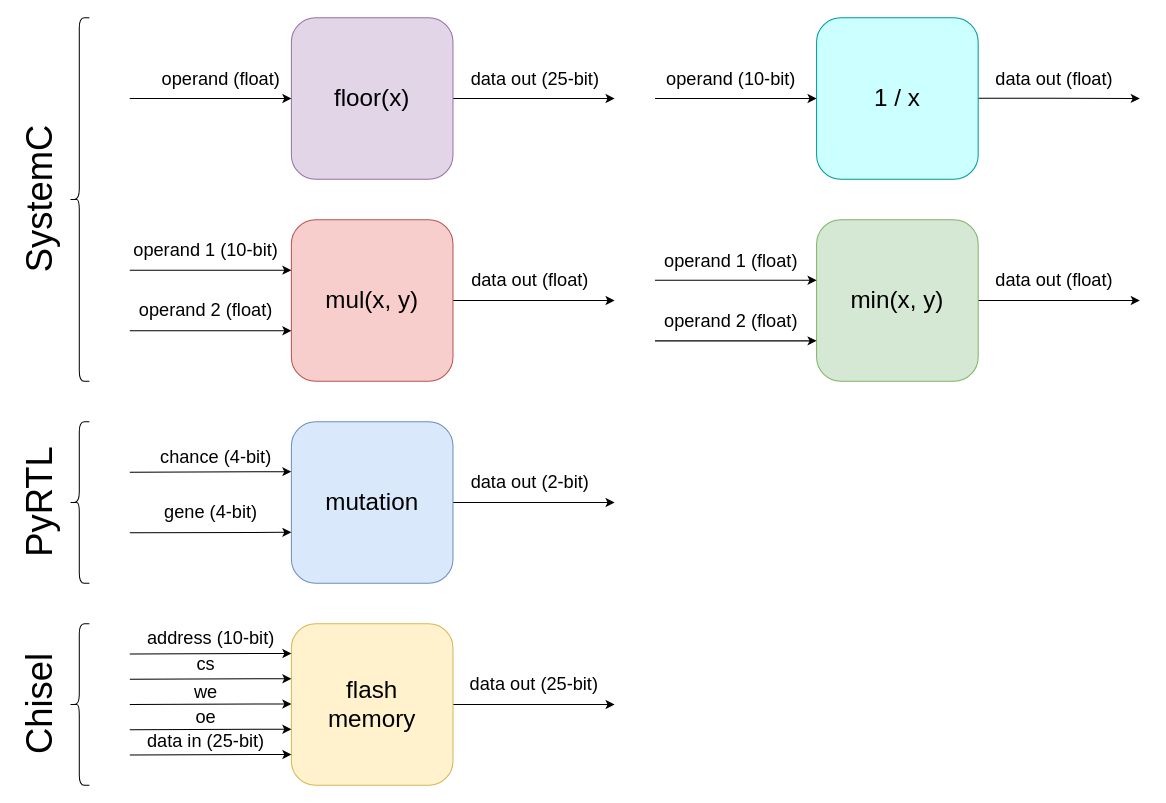
ribbas/epidemic-sim keeps this draw.io diagram as docs/diagrams/modules.drawio. Above is the earlier version. Source tidied: cells renumbered, new cells numbered last; positions are measured from the earlier drawing's top-left corner, leaving out a move shared by most shapes. Both pictures are drawn from the tidied source at 101%, with x=0, y=0 at pixel (-42, 17).
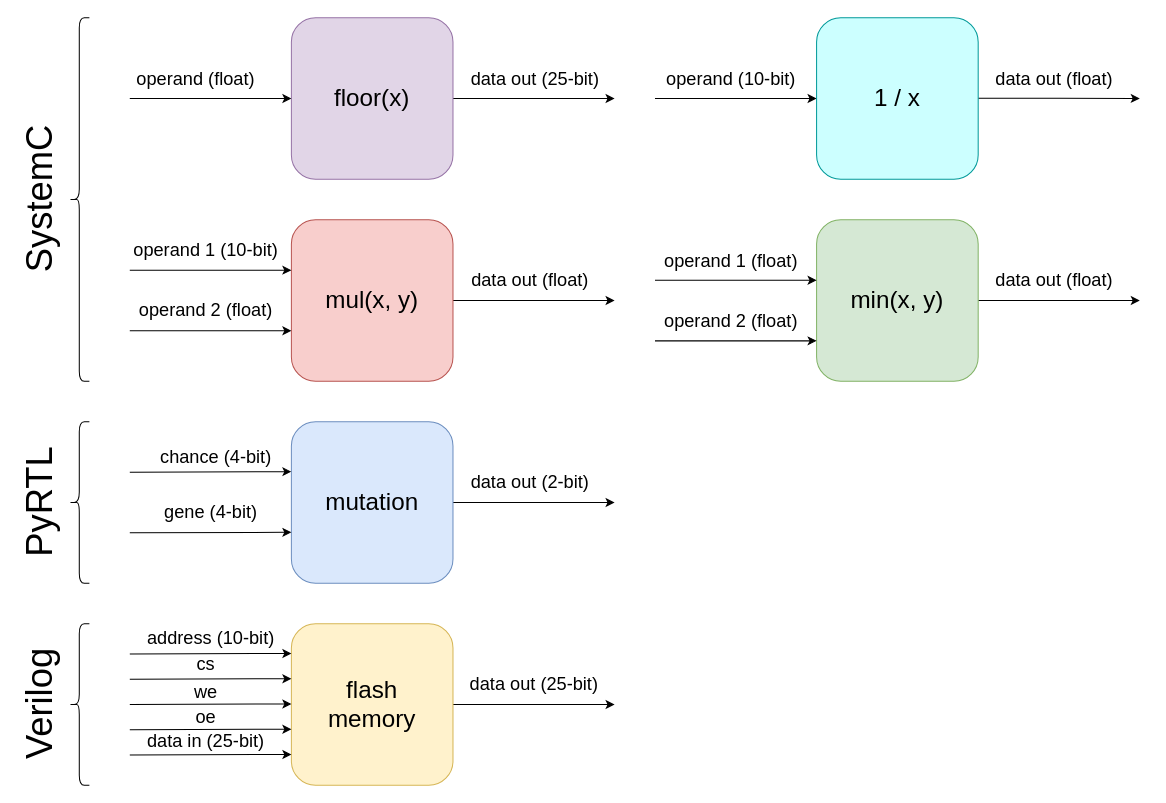
The same diagram, later.

The edit, as a diff of the source:
```diff
@@
     <mxCell id="14" value="operand (float)" style="text;html=1;align=center;verticalAlign=middle;fontSize=18;" parent="1" vertex="1">
-      <mxGeometry x="195" y="46" width="130" height="30" as="geometry" />
+      <mxGeometry x="170" y="46" width="130" height="30" as="geometry" />
     </mxCell>
@@
-    <mxCell id="51" value="&lt;span style=&quot;font-size: 36px&quot;&gt;Chisel&lt;/span&gt;" style="text;html=1;align=center;verticalAlign=middle;rotation=-90;" parent="1" vertex="1">
-      <mxGeometry x="20" y="665" width="120" height="30" as="geometry" />
+    <mxCell id="51" value="&lt;span style=&quot;font-size: 36px&quot;&gt;Verilog&lt;/span&gt;" style="text;html=1;align=center;verticalAlign=middle;rotation=-90;" parent="1" vertex="1">
+      <mxGeometry x="15" y="665" width="130" height="30" as="geometry" />
     </mxCell>
```
